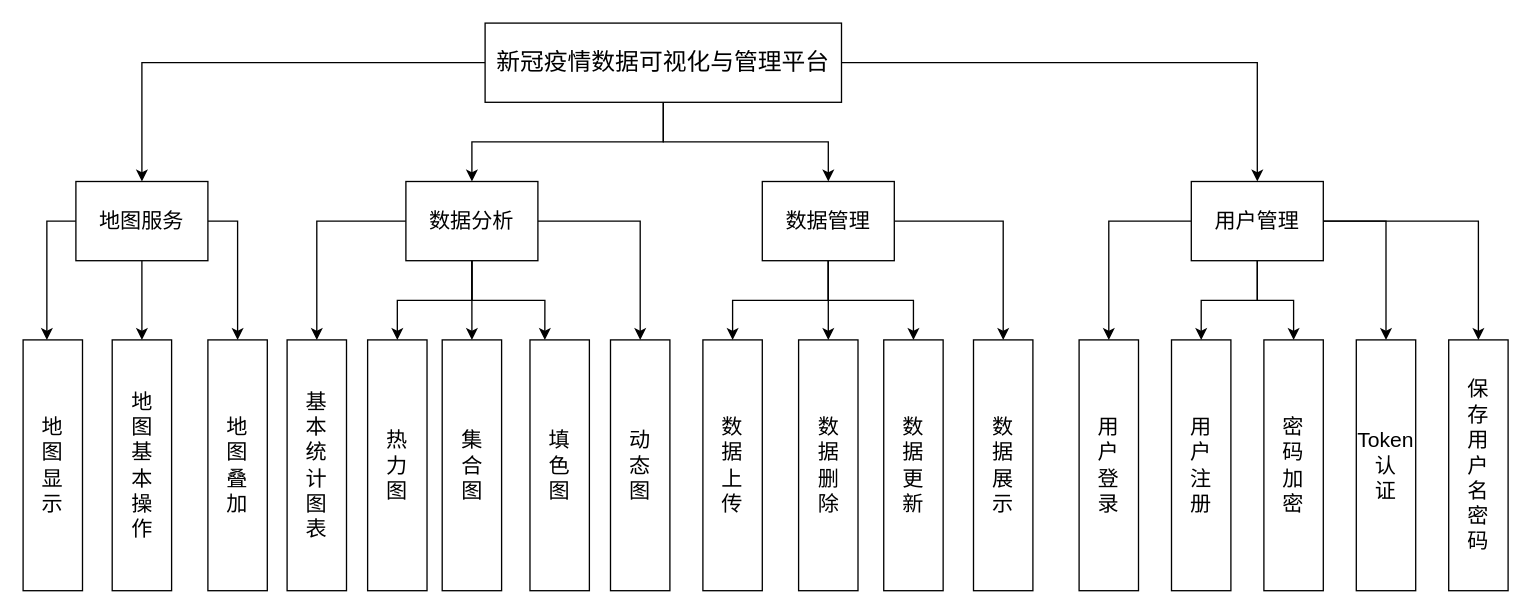
Earlier version of the draw.io diagram page "Page-2" (2 of 3) of Untitled Diagram.drawio (Civitasv/COVID). Source tidied: cells renumbered, new cells numbered last; positions are measured from the earlier drawing's top-left corner, leaving out a move shared by most shapes. Both pictures are drawn from the tidied source at 132%, with x=0, y=0 at pixel (22, 22).
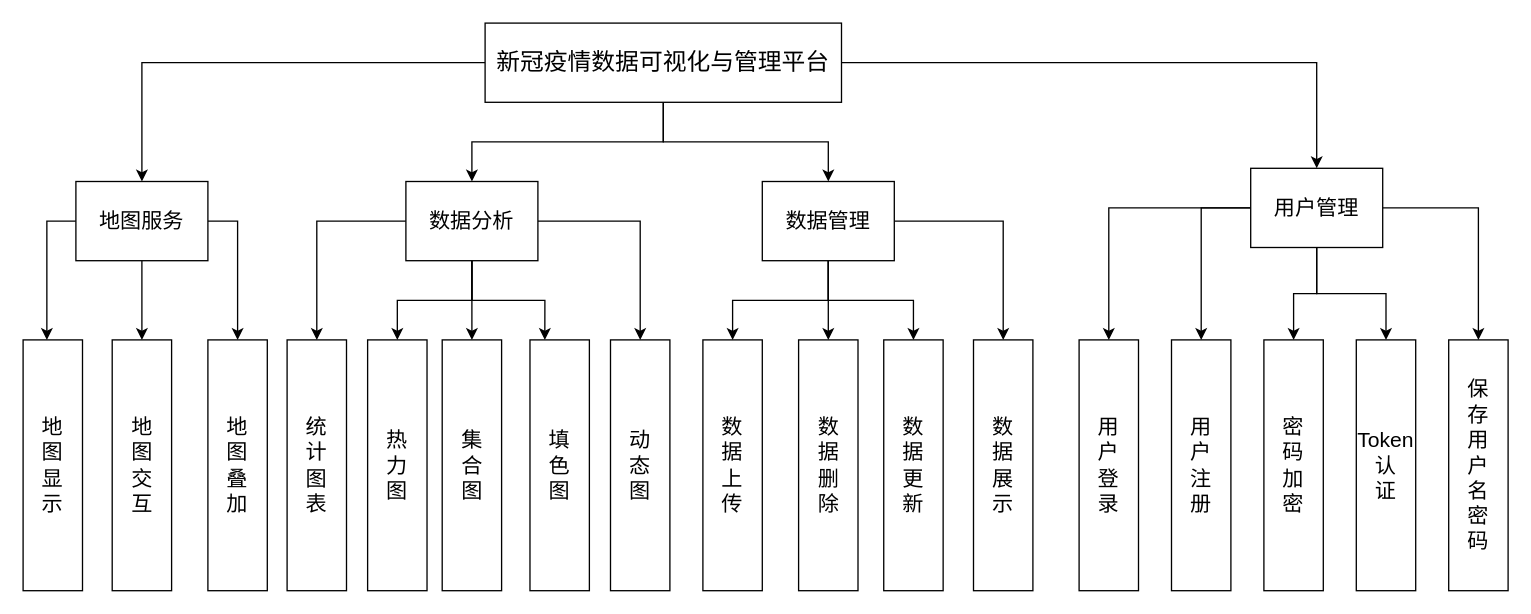
After the change.

Diff of the diagram source:
```diff
@@
     <mxCell id="22" value="&lt;font style=&quot;font-size: 16px&quot;&gt;用户管理&lt;/font&gt;" style="rounded=0;whiteSpace=wrap;html=1;" parent="1" vertex="1">
-      <mxGeometry x="885" y="120" width="100" height="60" as="geometry" />
+      <mxGeometry x="930" y="110" width="100" height="60" as="geometry" />
     </mxCell>
@@
-    <mxCell id="29" value="&lt;font style=&quot;font-size: 16px&quot;&gt;地&lt;br&gt;图&lt;br&gt;基&lt;br&gt;本&lt;br&gt;操&lt;br&gt;作&lt;br&gt;&lt;/font&gt;" style="rounded=0;whiteSpace=wrap;html=1;" parent="1" vertex="1">
+    <mxCell id="29" value="&lt;font style=&quot;font-size: 16px&quot;&gt;地&lt;br&gt;图&lt;br&gt;交&lt;br&gt;互&lt;br&gt;&lt;/font&gt;" style="rounded=0;whiteSpace=wrap;html=1;" parent="1" vertex="1">
       <mxGeometry x="67.5" y="240" width="45" height="190" as="geometry" />
     </mxCell>
@@
-    <mxCell id="31" value="&lt;span style=&quot;font-size: 16px&quot;&gt;基&lt;br&gt;本&lt;br&gt;统&lt;br&gt;计&lt;br&gt;图&lt;/span&gt;&lt;span style=&quot;font-size: 16px&quot;&gt;&lt;br&gt;表&lt;/span&gt;" style="rounded=0;whiteSpace=wrap;html=1;" parent="1" vertex="1">
+    <mxCell id="31" value="&lt;span style=&quot;font-size: 16px&quot;&gt;统&lt;br&gt;计&lt;br&gt;图&lt;/span&gt;&lt;span style=&quot;font-size: 16px&quot;&gt;&lt;br&gt;表&lt;/span&gt;" style="rounded=0;whiteSpace=wrap;html=1;" parent="1" vertex="1">
       <mxGeometry x="200" y="240" width="45" height="190" as="geometry" />
     </mxCell>
```
